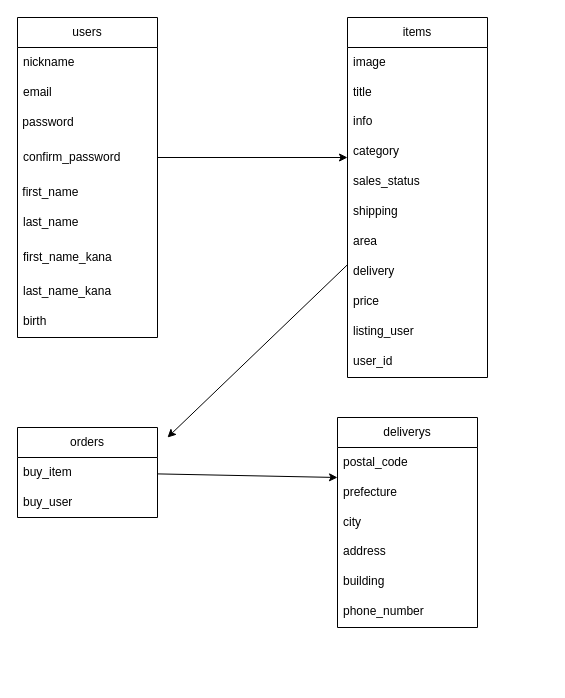
This is test.dio from souta71/furima-40113, a draw.io file, before an edit. Source tidied: cells renumbered, new cells numbered last; positions are measured from the earlier drawing's top-left corner, leaving out a move shared by most shapes. Both pictures are drawn from the tidied source at 100%, with x=0, y=0 at pixel (17, 17).
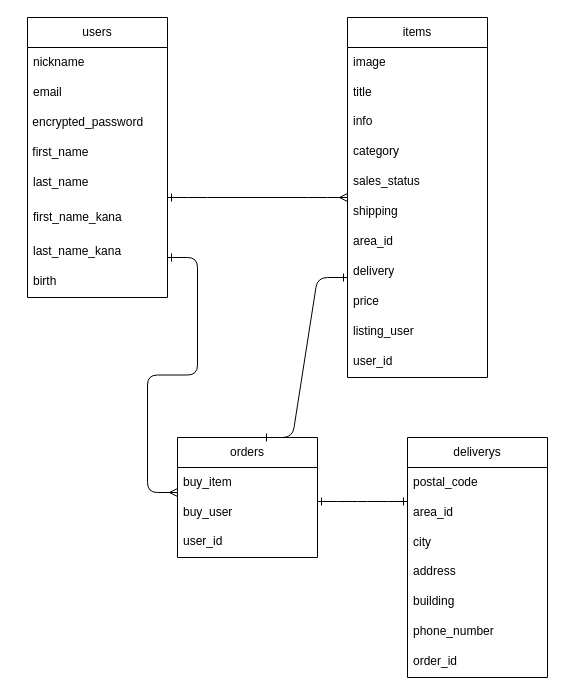
After the change.

Commit message (it also covers changes not shown here):
データべース設計2

Unchanged cells that the change refers to:
```xml
<mxCell id="13" value="items" style="swimlane;fontStyle=0;horizontal=1;startSize=30;whiteSpace=wrap;html=1;" parent="1" vertex="1">
  <mxGeometry x="330" width="140" height="360" as="geometry" />
</mxCell>
<mxCell id="27" value="buy_item" style="text;strokeColor=none;fillColor=none;align=left;verticalAlign=middle;spacingLeft=4;spacingRight=4;overflow=hidden;points=[[0,0.5],[1,0.5]];portConstraint=eastwest;whiteSpace=wrap;html=1;" parent="26" vertex="1">
  <mxGeometry y="30" width="140" height="30" as="geometry" />
</mxCell>
```

Change to the diagram source:
```diff
@@
     <mxCell id="2" value="users" style="swimlane;fontStyle=0;horizontal=1;startSize=30;whiteSpace=wrap;html=1;" parent="1" vertex="1">
-      <mxGeometry width="140" height="320" as="geometry" />
+      <mxGeometry x="10" width="140" height="280" as="geometry" />
     </mxCell>
@@
-    <mxCell id="5" value="&amp;nbsp;password" style="text;html=1;align=left;verticalAlign=middle;strokeColor=none;fillColor=none;" parent="2" vertex="1">
+    <mxCell id="5" value="&amp;nbsp;encrypted_password" style="text;html=1;align=left;verticalAlign=middle;strokeColor=none;fillColor=none;" parent="2" vertex="1">
       <mxGeometry y="90" width="140" height="30" as="geometry" />
     </mxCell>
-    <mxCell id="6" value="confirm_password&amp;nbsp;" style="text;strokeColor=none;fillColor=none;align=left;verticalAlign=middle;spacingLeft=4;spacingRight=4;overflow=hidden;points=[[0,0.5],[1,0.5]];portConstraint=eastwest;whiteSpace=wrap;html=1;shadow=0;" parent="2" vertex="1">
-      <mxGeometry y="120" width="140" height="40" as="geometry" />
-    </mxCell>
     <mxCell id="7" value="&amp;nbsp;first_name" style="text;html=1;align=left;verticalAlign=middle;strokeColor=none;fillColor=none;" parent="2" vertex="1">
-      <mxGeometry y="160" width="140" height="30" as="geometry" />
+      <mxGeometry y="120" width="140" height="30" as="geometry" />
     </mxCell>
     <mxCell id="8" value="last_name" style="text;strokeColor=none;fillColor=none;align=left;verticalAlign=middle;spacingLeft=4;spacingRight=4;overflow=hidden;whiteSpace=wrap;html=1;shadow=0;" parent="2" vertex="1">
-      <mxGeometry y="190" width="140" height="30" as="geometry" />
+      <mxGeometry y="150" width="140" height="30" as="geometry" />
     </mxCell>
     <mxCell id="9" value="first_name_kana" style="text;strokeColor=none;fillColor=none;align=left;verticalAlign=middle;spacingLeft=4;spacingRight=4;overflow=hidden;whiteSpace=wrap;html=1;shadow=0;" parent="2" vertex="1">
-      <mxGeometry y="220" width="140" height="40" as="geometry" />
+      <mxGeometry y="180" width="140" height="40" as="geometry" />
     </mxCell>
     <mxCell id="10" value="last_name_kana" style="text;strokeColor=none;fillColor=none;spacingLeft=4;spacingRight=4;overflow=hidden;fontSize=12;" parent="2" vertex="1">
-      <mxGeometry y="260" width="140" height="30" as="geometry" />
+      <mxGeometry y="220" width="140" height="30" as="geometry" />
     </mxCell>
     <mxCell id="11" value="birth" style="text;strokeColor=none;fillColor=none;spacingLeft=4;spacingRight=4;overflow=hidden;fontSize=12;" parent="2" vertex="1">
-      <mxGeometry y="290" width="140" height="30" as="geometry" />
+      <mxGeometry y="250" width="140" height="30" as="geometry" />
     </mxCell>
-    <mxCell id="12" style="edgeStyle=none;html=1;" parent="1" edge="1" source="13">
-      <mxGeometry relative="1" as="geometry">
-        <mxPoint x="150" y="420" as="targetPoint" />
-      </mxGeometry>
-    </mxCell>
+    <mxCell id="38" style="edgeStyle=entityRelationEdgeStyle;fontSize=12;html=1;endArrow=ERmany;startArrow=ERone;startFill=0;endFill=0;strokeColor=default;entryX=1.029;entryY=-0.025;entryDx=0;entryDy=0;entryPerimeter=0;" parent="2" edge="1">
+      <mxGeometry relative="1" as="geometry">
+        <mxPoint x="140" y="180" as="sourcePoint" />
+        <mxPoint x="320" y="180" as="targetPoint" />
+      </mxGeometry>
+    </mxCell>
@@
-    <mxCell id="20" value="area" style="text;strokeColor=none;fillColor=none;spacingLeft=4;spacingRight=4;overflow=hidden;fontSize=12;" parent="13" vertex="1">
+    <mxCell id="20" value="area_id" style="text;strokeColor=none;fillColor=none;spacingLeft=4;spacingRight=4;overflow=hidden;fontSize=12;" parent="13" vertex="1">
       <mxGeometry y="210" width="140" height="30" as="geometry" />
     </mxCell>
@@
-    <mxCell id="25" style="edgeStyle=none;html=1;" parent="1" edge="1" source="26">
-      <mxGeometry relative="1" as="geometry">
-        <mxPoint x="320" y="460" as="targetPoint" />
-      </mxGeometry>
-    </mxCell>
     <mxCell id="26" value="orders" style="swimlane;fontStyle=0;horizontal=1;startSize=30;whiteSpace=wrap;html=1;" parent="1" vertex="1">
-      <mxGeometry y="410" width="140" height="90" as="geometry" />
+      <mxGeometry x="160" y="420" width="140" height="120" as="geometry" />
     </mxCell>
@@
+    <mxCell id="39" style="edgeStyle=none;html=1;entryX=0;entryY=0.5;entryDx=0;entryDy=0;" parent="26" edge="1" source="26" target="27">
+      <mxGeometry relative="1" as="geometry" />
+    </mxCell>
+    <mxCell id="40" value="user_id" style="text;strokeColor=none;fillColor=none;spacingLeft=4;spacingRight=4;overflow=hidden;fontSize=12;" parent="26" vertex="1">
+      <mxGeometry y="90" width="140" height="30" as="geometry" />
+    </mxCell>
     <mxCell id="29" value="deliverys" style="swimlane;fontStyle=0;horizontal=1;startSize=30;whiteSpace=wrap;html=1;" parent="1" vertex="1">
-      <mxGeometry x="320" y="400" width="140" height="210" as="geometry" />
+      <mxGeometry x="390" y="420" width="140" height="240" as="geometry" />
     </mxCell>
@@
-    <mxCell id="31" value="prefecture" style="text;strokeColor=none;fillColor=none;align=left;verticalAlign=middle;spacingLeft=4;spacingRight=4;overflow=hidden;whiteSpace=wrap;html=1;" parent="29" vertex="1">
+    <mxCell id="31" value="area_id" style="text;strokeColor=none;fillColor=none;align=left;verticalAlign=middle;spacingLeft=4;spacingRight=4;overflow=hidden;whiteSpace=wrap;html=1;" parent="29" vertex="1">
       <mxGeometry y="60" width="140" height="30" as="geometry" />
     </mxCell>
@@
+    <mxCell id="41" value="order_id" style="text;strokeColor=none;fillColor=none;spacingLeft=4;spacingRight=4;overflow=hidden;fontSize=12;" parent="29" vertex="1">
+      <mxGeometry y="210" width="140" height="30" as="geometry" />
+    </mxCell>
@@
-    <mxCell id="37" style="edgeStyle=none;html=1;" parent="1" edge="1" source="6">
-      <mxGeometry relative="1" as="geometry">
-        <mxPoint x="330" y="140" as="targetPoint" />
-      </mxGeometry>
-    </mxCell>
+    <mxCell id="42" style="edgeStyle=entityRelationEdgeStyle;fontSize=12;html=1;endArrow=ERmany;endFill=0;startArrow=ERone;startFill=0;" parent="1" edge="1">
+      <mxGeometry relative="1" as="geometry">
+        <mxPoint x="150" y="240" as="sourcePoint" />
+        <mxPoint x="160" y="475" as="targetPoint" />
+      </mxGeometry>
+    </mxCell>
+    <mxCell id="43" style="edgeStyle=entityRelationEdgeStyle;fontSize=12;html=1;endArrow=ERone;endFill=1;strokeColor=default;exitX=0.607;exitY=0;exitDx=0;exitDy=0;exitPerimeter=0;startArrow=ERone;startFill=0;" parent="1" edge="1" source="26">
+      <mxGeometry relative="1" as="geometry">
+        <mxPoint x="330" y="260" as="targetPoint" />
+      </mxGeometry>
+    </mxCell>
+    <mxCell id="44" style="edgeStyle=entityRelationEdgeStyle;fontSize=12;html=1;endArrow=ERone;endFill=1;strokeColor=default;startArrow=ERone;startFill=0;" parent="1" edge="1">
+      <mxGeometry relative="1" as="geometry">
+        <mxPoint x="300" y="484" as="sourcePoint" />
+        <mxPoint x="390" y="484" as="targetPoint" />
+      </mxGeometry>
+    </mxCell>
```
